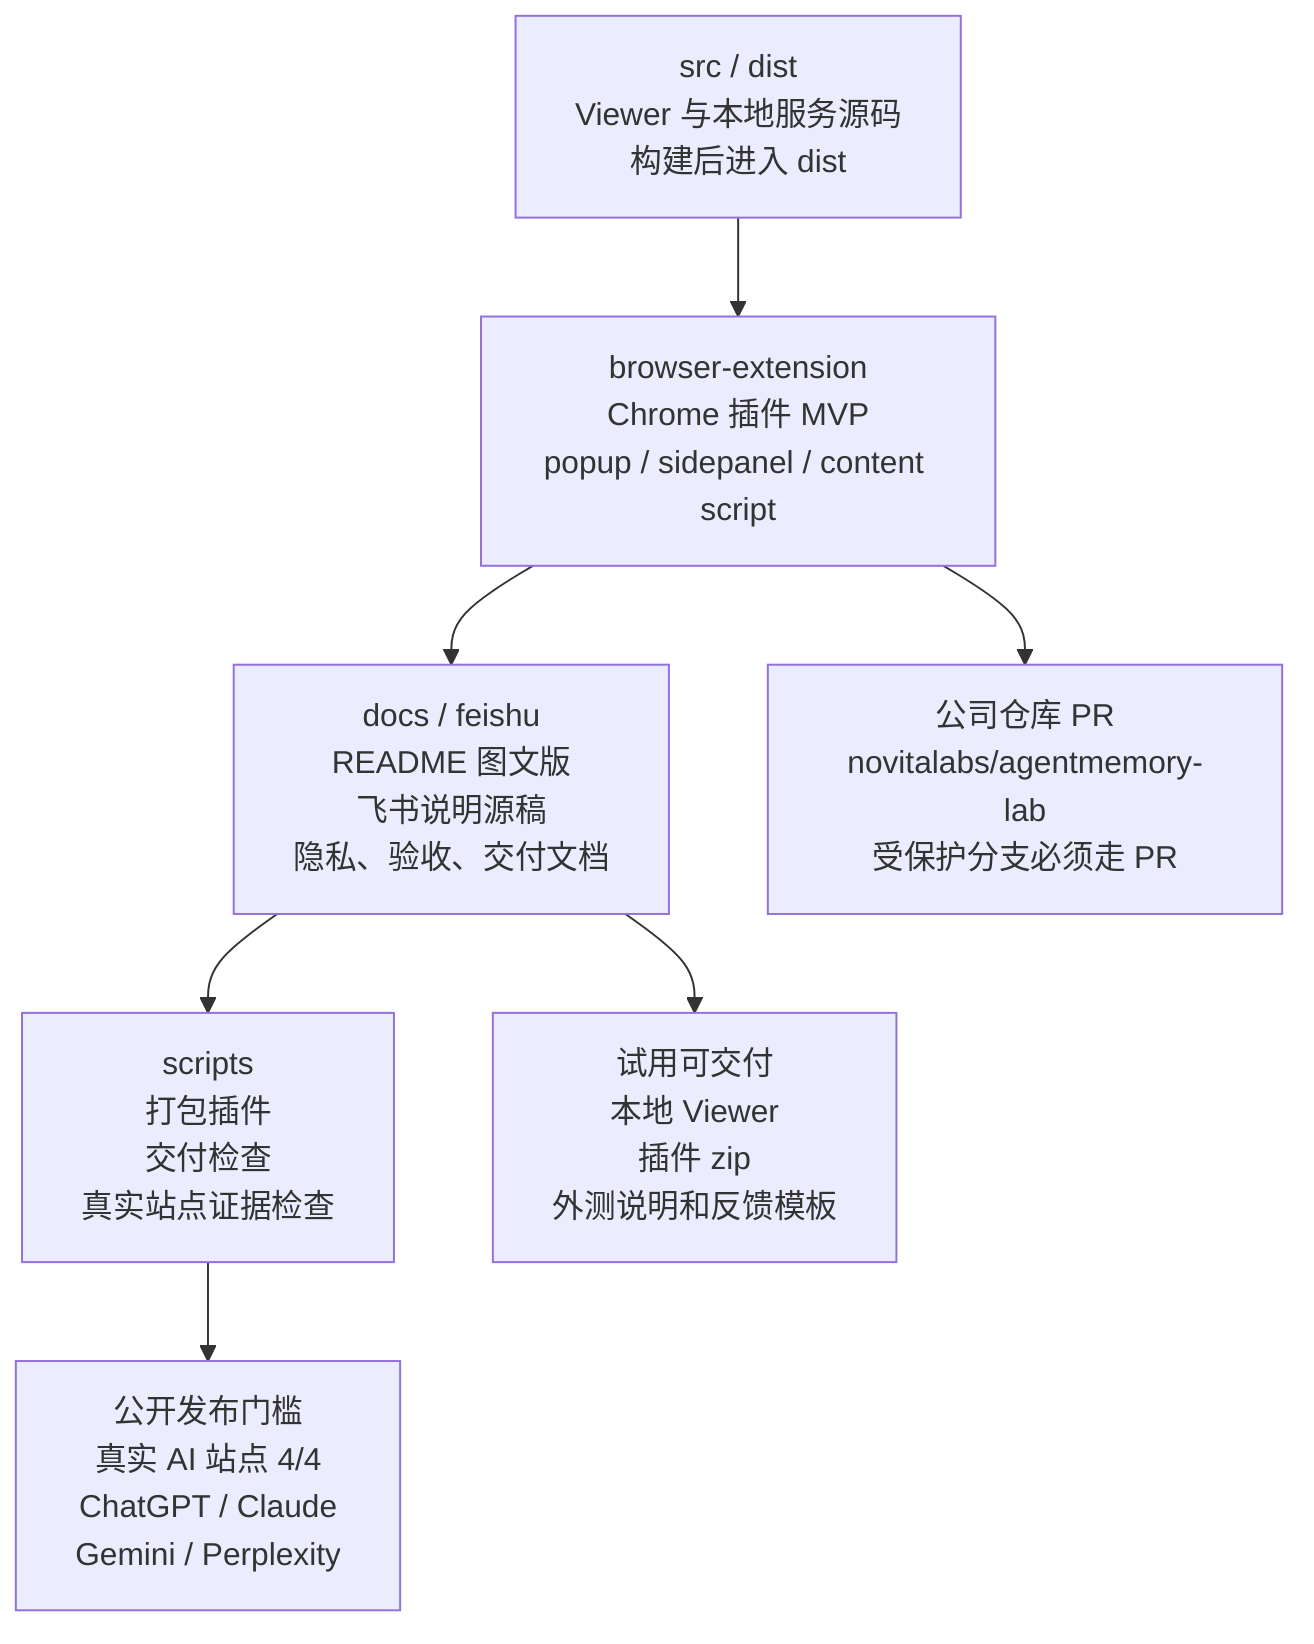
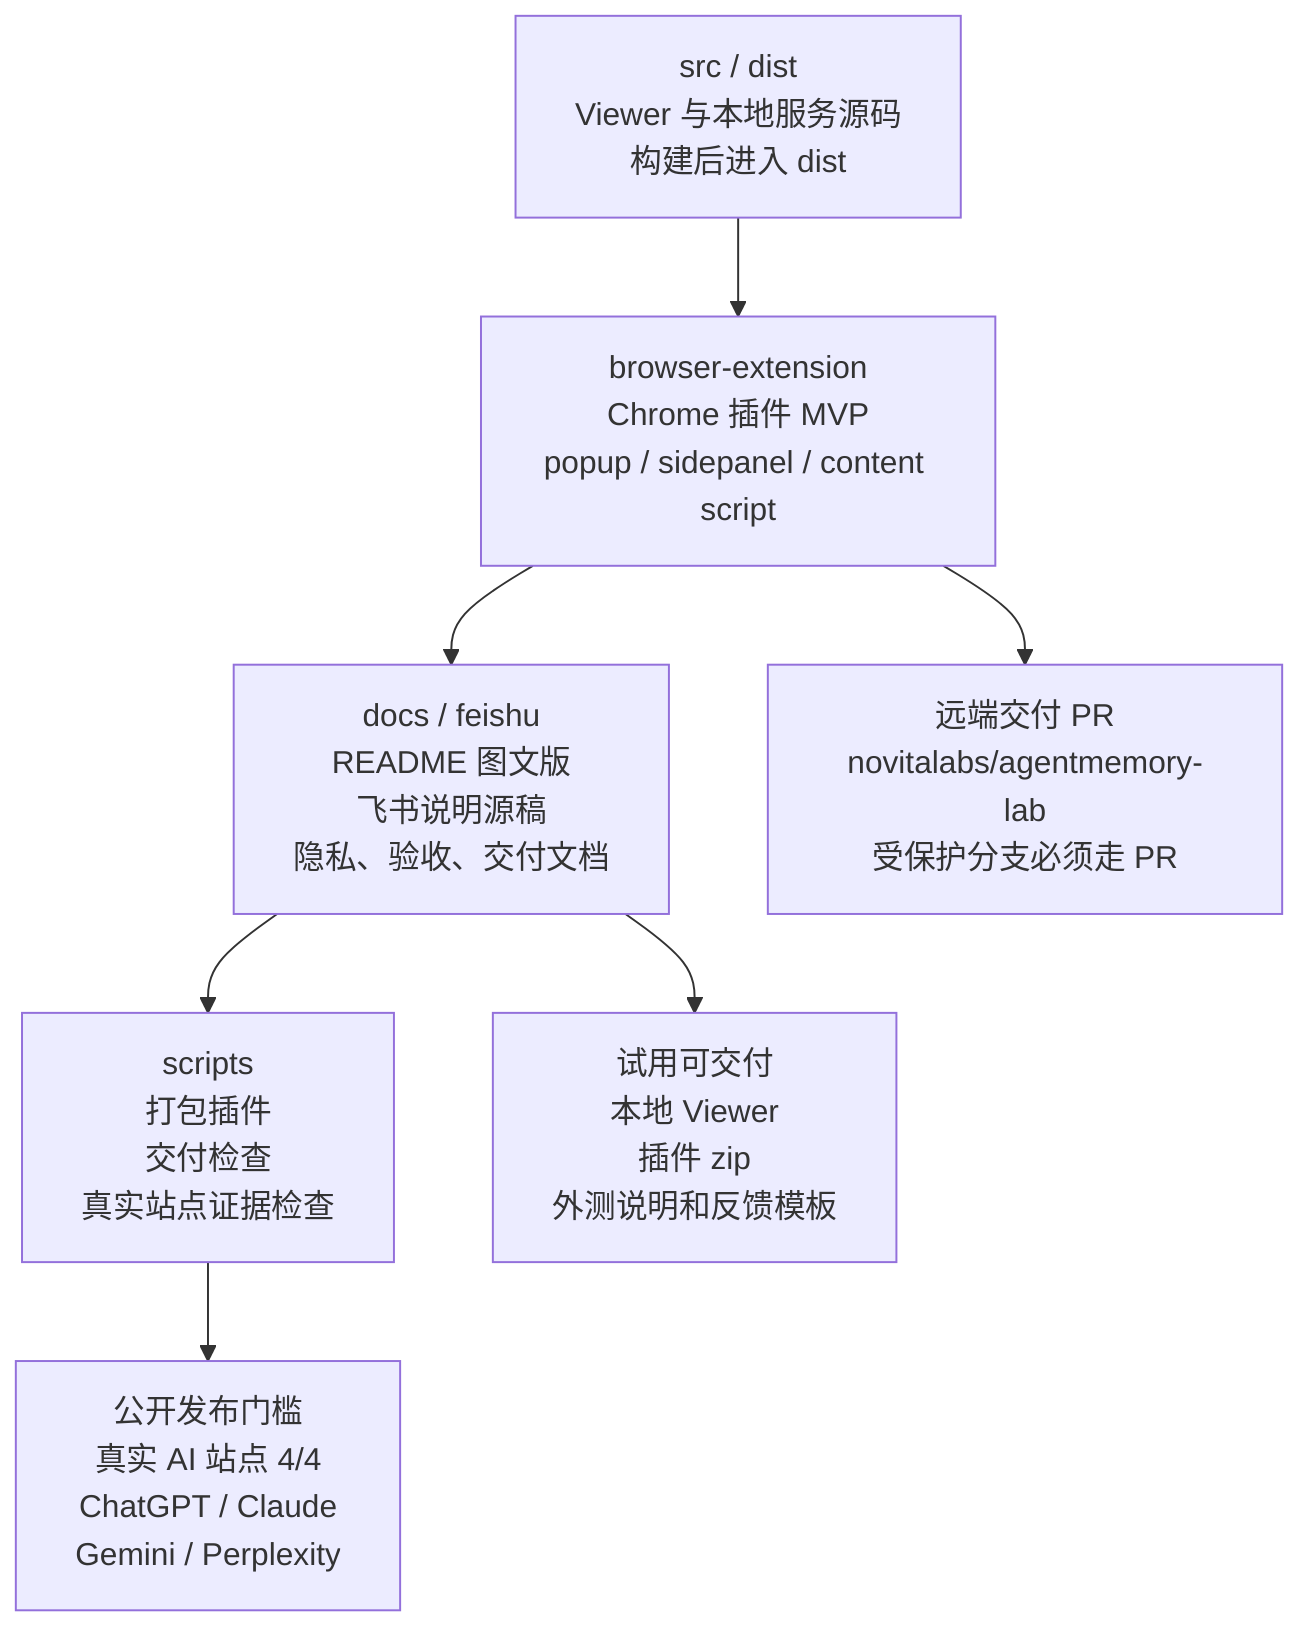
flowchart TB
  A[src / dist<br/>Viewer 与本地服务源码<br/>构建后进入 dist] --> B[browser-extension<br/>Chrome 插件 MVP<br/>popup / sidepanel / content script]
  B --> C[docs / feishu<br/>README 图文版<br/>飞书说明源稿<br/>隐私、验收、交付文档]
  C --> D[scripts<br/>打包插件<br/>交付检查<br/>真实站点证据检查]
-   B --> E[公司仓库 PR<br/>novitalabs/agentmemory-lab<br/>受保护分支必须走 PR]
+   B --> E[远端交付 PR<br/>novitalabs/agentmemory-lab<br/>受保护分支必须走 PR]
  C --> F[试用可交付<br/>本地 Viewer<br/>插件 zip<br/>外测说明和反馈模板]
  D --> G[公开发布门槛<br/>真实 AI 站点 4/4<br/>ChatGPT / Claude<br/>Gemini / Perplexity]
